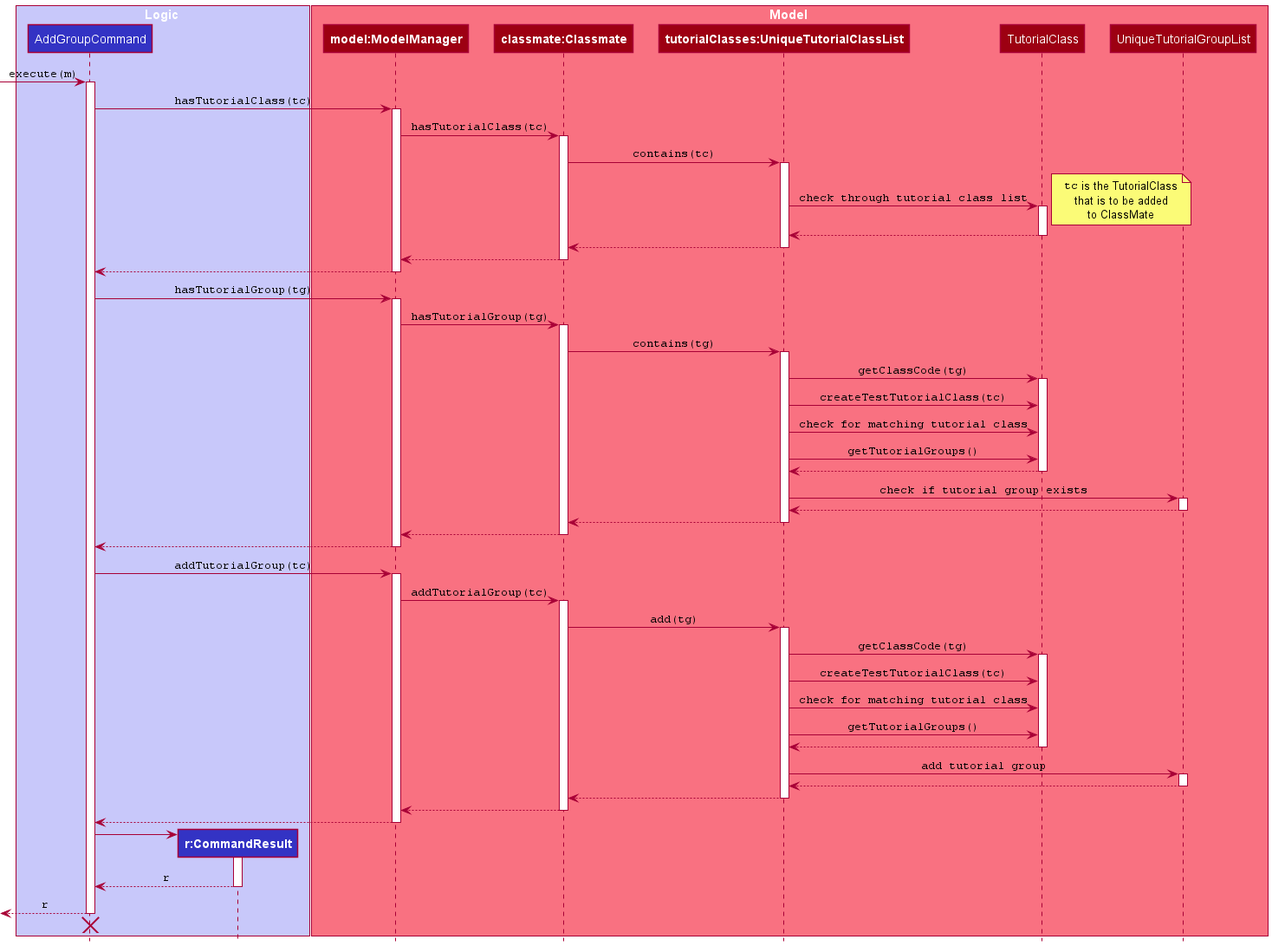
Above: docs/images/AddGroupSequenceDiagram.png in nus-cs2103-AY2122S1/tp (PlantUML), before the change.
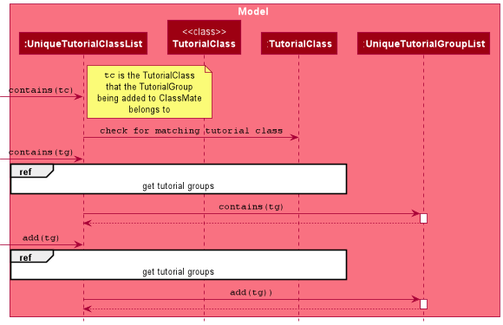
The same file after the commit.

What changed in the source:
```diff
@@ -1,130 +1,47 @@
 @startuml
 !include style.puml
 
-box Logic LOGIC_COLOR_T1
-participant AddGroupCommand as AddGroupCommand LOGIC_COLOR
-participant "**r:CommandResult**" as CommandResult LOGIC_COLOR
+box Model MODEL_COLOR_T1
+participant "**:UniqueTutorialClassList**" as UniqueTutorialClassList MODEL_COLOR
+participant "<<class>>\n**TutorialClass**" as StaticTutorialClass MODEL_COLOR
+participant ":**TutorialClass**" as TutorialClass MODEL_COLOR
+participant ":**UniqueTutorialGroupList**" as UniqueTutorialGroupList MODEL_COLOR
 end box
 
-box Model MODEL_COLOR_T1
-participant "**model:ModelManager**" as ModelManager MODEL_COLOR
-participant "**classmate:Classmate**" as Classmate MODEL_COLOR
-participant "**tutorialClasses:UniqueTutorialClassList**" as UniqueTutorialClassList MODEL_COLOR
-participant TutorialClass as TutorialClass MODEL_COLOR
-participant UniqueTutorialGroupList as UniqueTutorialGroupList MODEL_COLOR
-end box
 
-[-> AddGroupCommand : ""execute(m)""
-activate AddGroupCommand
-
-AddGroupCommand -> ModelManager : ""hasTutorialClass(tc)""
-activate ModelManager
-
-ModelManager -> Classmate : ""hasTutorialClass(tc)""
-activate Classmate
-
-Classmate -> UniqueTutorialClassList : ""contains(tc)""
-activate UniqueTutorialClassList
-
-UniqueTutorialClassList -> TutorialClass : ""check through tutorial class list""
-activate TutorialClass
-
+[-> UniqueTutorialClassList : ""contains(tc)""
 
 note right
 ""tc"" is the TutorialClass
-that is to be added
-to ClassMate
+that the TutorialGroup
+being added to ClassMate
+belongs to
 end note
 
-TutorialClass --> UniqueTutorialClassList
-deactivate TutorialClass
+UniqueTutorialClassList -> TutorialClass : ""check for matching tutorial class""
 
-UniqueTutorialClassList --> Classmate
-deactivate UniqueTutorialClassList
+[-> UniqueTutorialClassList : ""contains(tg)""
 
-Classmate --> ModelManager
-deactivate Classmate
+ref over UniqueTutorialClassList, StaticTutorialClass, TutorialClass
+get tutorial groups
+end ref
 
-ModelManager --> AddGroupCommand
-deactivate
-
-AddGroupCommand -> ModelManager : ""hasTutorialGroup(tg)""
-activate ModelManager
-
-ModelManager -> Classmate : ""hasTutorialGroup(tg)""
-activate Classmate
-
-Classmate -> UniqueTutorialClassList : ""contains(tg)""
-activate UniqueTutorialClassList
-
-UniqueTutorialClassList -> TutorialClass : ""getClassCode(tg)""
-activate TutorialClass
-UniqueTutorialClassList -> TutorialClass : ""createTestTutorialClass(tc)""
-UniqueTutorialClassList -> TutorialClass : ""check for matching tutorial class""
-UniqueTutorialClassList -> TutorialClass : ""getTutorialGroups()""
-
-TutorialClass --> UniqueTutorialClassList
-deactivate TutorialClass
-
-UniqueTutorialClassList -> UniqueTutorialGroupList : ""check if tutorial group exists""
+UniqueTutorialClassList -> UniqueTutorialGroupList : ""contains(tg)""
 activate UniqueTutorialGroupList
 
 UniqueTutorialGroupList --> UniqueTutorialClassList
 deactivate UniqueTutorialGroupList
 
-UniqueTutorialClassList --> Classmate
-deactivate UniqueTutorialClassList
+[-> UniqueTutorialClassList : ""add(tg)""
 
-Classmate --> ModelManager
-deactivate Classmate
+ref over UniqueTutorialClassList, StaticTutorialClass, TutorialClass
+get tutorial groups
+end ref
 
-ModelManager --> AddGroupCommand
-deactivate
-
-AddGroupCommand -> ModelManager : ""addTutorialGroup(tc)""
-activate ModelManager
-
-ModelManager -> Classmate : ""addTutorialGroup(tc)""
-activate Classmate
-
-Classmate -> UniqueTutorialClassList : ""add(tg)""
-activate UniqueTutorialClassList
-
-UniqueTutorialClassList -> TutorialClass : ""getClassCode(tg)""
-activate TutorialClass
-UniqueTutorialClassList -> TutorialClass : ""createTestTutorialClass(tc)""
-UniqueTutorialClassList -> TutorialClass : ""check for matching tutorial class""
-UniqueTutorialClassList -> TutorialClass : ""getTutorialGroups()""
-
-TutorialClass --> UniqueTutorialClassList
-deactivate TutorialClass
-
-UniqueTutorialClassList -> UniqueTutorialGroupList : ""add tutorial group""
+UniqueTutorialClassList -> UniqueTutorialGroupList : ""add(tg))""
 activate UniqueTutorialGroupList
 
 UniqueTutorialGroupList --> UniqueTutorialClassList
 deactivate UniqueTutorialGroupList
 
-UniqueTutorialClassList --> Classmate
-deactivate UniqueTutorialClassList
-
-Classmate --> ModelManager
-deactivate Classmate
-
-ModelManager --> AddGroupCommand
-deactivate
-
-create CommandResult
-AddGroupCommand -> CommandResult
-activate CommandResult
-
-CommandResult --> AddGroupCommand : ""r""
-deactivate CommandResult
-
-[<-- AddGroupCommand : ""r""
-deactivate AddGroupCommand
-
-AddGroupCommand -[hidden]> CommandResult
-destroy AddGroupCommand
-
 @enduml
```
